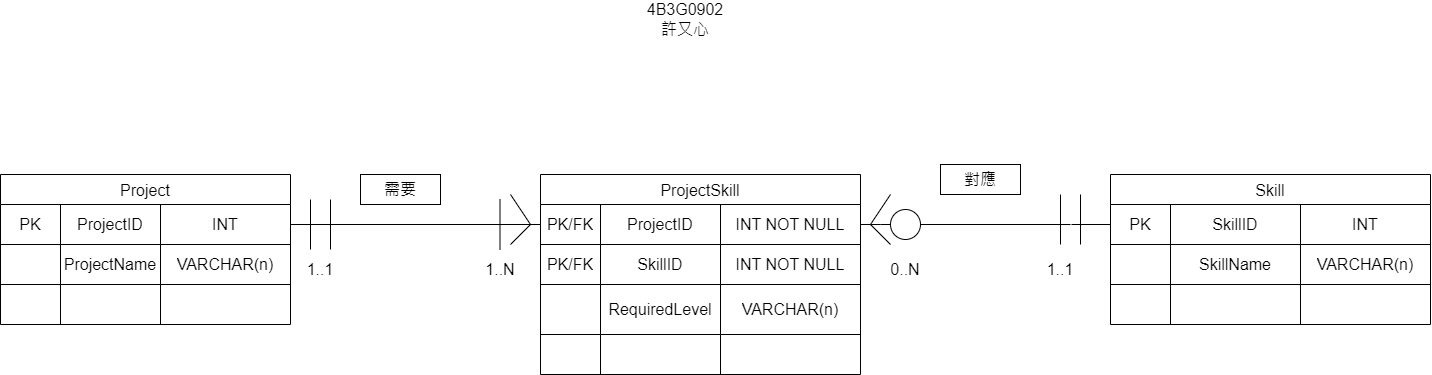
The draw.io diagram 4B3G0902_9.drawio.png in xuyouxin-creator/DatabaseSystem_202610001, before a commit. Source tidied: cells renumbered, new cells last; positions are measured from the earlier drawing's top-left corner, leaving out a move shared by most shapes.
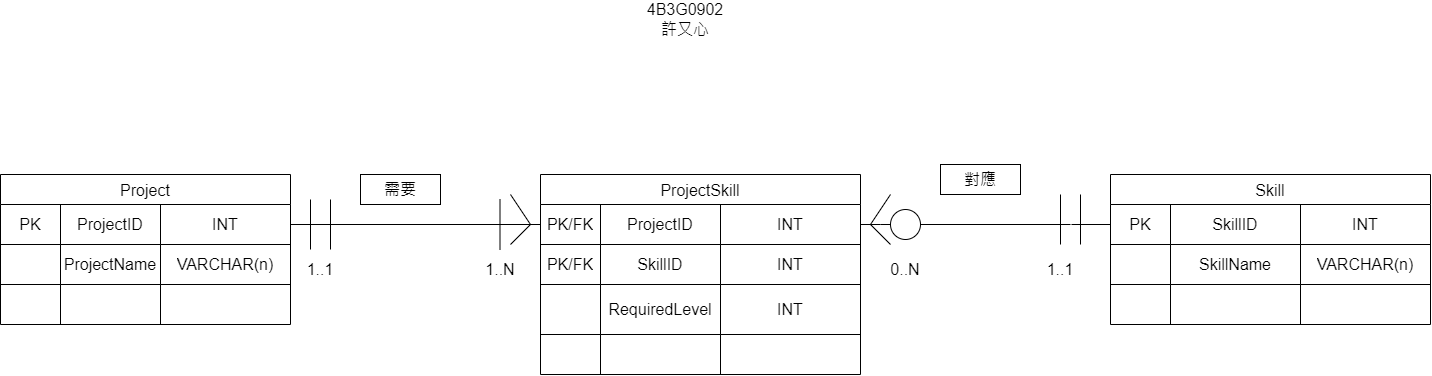
After the commit.

Change to the diagram source:
```diff
@@ -92,7 +92,7 @@
     <mxCell id="31" value="&lt;span style=&quot;white-space: nowrap;&quot;&gt;ProjectID&lt;/span&gt;" style="shape=partialRectangle;html=1;whiteSpace=wrap;strokeColor=inherit;overflow=hidden;fillColor=none;top=0;left=0;bottom=0;right=0;fontSize=16;" parent="29" vertex="1">
       <mxGeometry x="60" width="120" height="40" as="geometry" />
     </mxCell>
-    <mxCell id="32" value="INT NOT NULL" style="shape=partialRectangle;html=1;whiteSpace=wrap;strokeColor=inherit;overflow=hidden;fillColor=none;top=0;left=0;bottom=0;right=0;fontSize=16;" parent="29" vertex="1">
+    <mxCell id="32" value="INT" style="shape=partialRectangle;html=1;whiteSpace=wrap;strokeColor=inherit;overflow=hidden;fillColor=none;top=0;left=0;bottom=0;right=0;fontSize=16;" parent="29" vertex="1">
       <mxGeometry x="180" width="140" height="40" as="geometry" />
     </mxCell>
     <mxCell id="33" style="shape=tableRow;horizontal=0;startSize=0;swimlaneHead=0;swimlaneBody=0;strokeColor=inherit;top=0;left=0;bottom=0;right=0;fillColor=none;fontSize=16;" parent="28" vertex="1">
@@ -104,7 +104,7 @@
     <mxCell id="35" value="&lt;span style=&quot;white-space: nowrap;&quot;&gt;SkillID&lt;/span&gt;" style="shape=partialRectangle;html=1;whiteSpace=wrap;strokeColor=inherit;overflow=hidden;fillColor=none;top=0;left=0;bottom=0;right=0;fontSize=16;" parent="33" vertex="1">
       <mxGeometry x="60" width="120" height="40" as="geometry" />
     </mxCell>
-    <mxCell id="36" value="INT NOT NULL" style="shape=partialRectangle;html=1;whiteSpace=wrap;strokeColor=inherit;overflow=hidden;fillColor=none;top=0;left=0;bottom=0;right=0;fontSize=16;" parent="33" vertex="1">
+    <mxCell id="36" value="INT" style="shape=partialRectangle;html=1;whiteSpace=wrap;strokeColor=inherit;overflow=hidden;fillColor=none;top=0;left=0;bottom=0;right=0;fontSize=16;" parent="33" vertex="1">
       <mxGeometry x="180" width="140" height="40" as="geometry" />
     </mxCell>
     <mxCell id="37" style="shape=tableRow;horizontal=0;startSize=0;swimlaneHead=0;swimlaneBody=0;strokeColor=inherit;top=0;left=0;bottom=0;right=0;fillColor=none;fontSize=16;" parent="28" vertex="1">
@@ -116,7 +116,7 @@
     <mxCell id="39" value="&lt;span style=&quot;white-space: nowrap;&quot;&gt;RequiredLevel&lt;/span&gt;" style="shape=partialRectangle;html=1;whiteSpace=wrap;strokeColor=inherit;overflow=hidden;fillColor=none;top=0;left=0;bottom=0;right=0;fontSize=16;" parent="37" vertex="1">
       <mxGeometry x="60" width="120" height="50" as="geometry" />
     </mxCell>
-    <mxCell id="40" value="VARCHAR(n)" style="shape=partialRectangle;html=1;whiteSpace=wrap;strokeColor=inherit;overflow=hidden;fillColor=none;top=0;left=0;bottom=0;right=0;fontSize=16;" parent="37" vertex="1">
+    <mxCell id="40" value="INT" style="shape=partialRectangle;html=1;whiteSpace=wrap;strokeColor=inherit;overflow=hidden;fillColor=none;top=0;left=0;bottom=0;right=0;fontSize=16;" parent="37" vertex="1">
       <mxGeometry x="180" width="140" height="50" as="geometry" />
     </mxCell>
     <mxCell id="41" style="shape=tableRow;horizontal=0;startSize=0;swimlaneHead=0;swimlaneBody=0;strokeColor=inherit;top=0;left=0;bottom=0;right=0;fillColor=none;fontSize=16;" parent="28" vertex="1">
```
